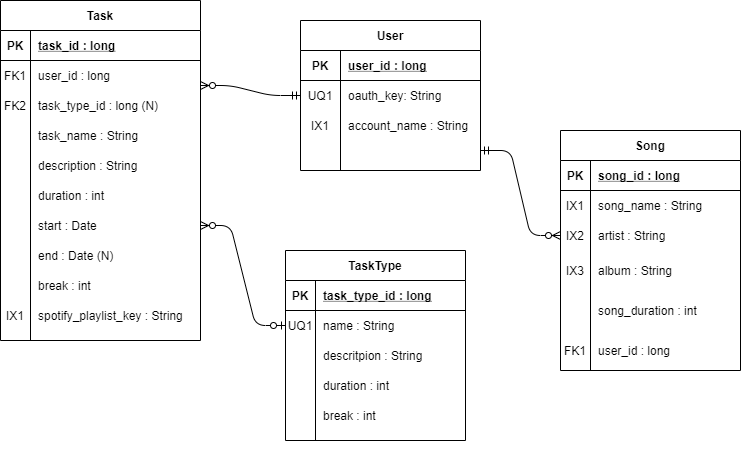
Before: docs/images/bard-erd.png, a diagram exported from draw.io (JonahRodriguez281/bard). Source tidied: cells renumbered, new cells last; positions are measured from the earlier drawing's top-left corner, leaving out a move shared by most shapes.
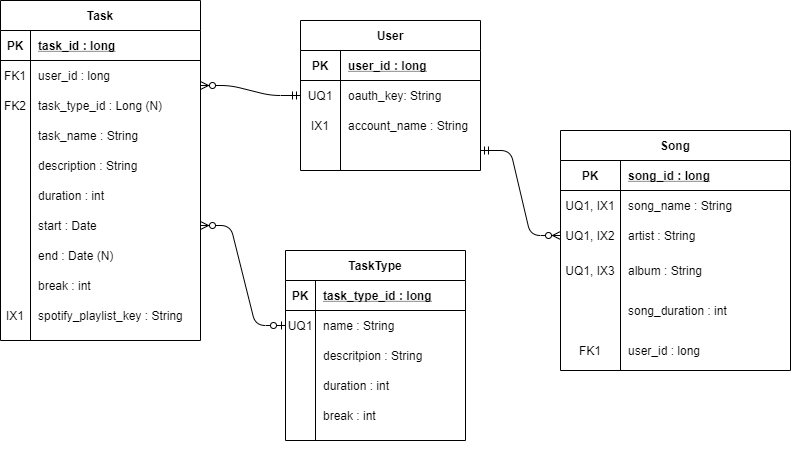
The same diagram one commit later.

Commit message:
Revised ERD and Wireframe models.

The edit, as a diff of the source:
```diff
@@ -38,7 +38,7 @@
     <mxCell id="13" value="FK2" style="shape=partialRectangle;fillColor=none;top=0;left=0;bottom=0;right=0;overflow=hidden;" parent="12" vertex="1">
       <mxGeometry width="30" height="30" as="geometry" />
     </mxCell>
-    <mxCell id="14" value="task_type_id : long (N)" style="shape=partialRectangle;fillColor=none;top=0;left=0;bottom=0;right=0;align=left;spacingLeft=6;overflow=hidden;" parent="12" vertex="1">
+    <mxCell id="14" value="task_type_id : Long (N)" style="shape=partialRectangle;fillColor=none;top=0;left=0;bottom=0;right=0;align=left;spacingLeft=6;overflow=hidden;" parent="12" vertex="1">
       <mxGeometry x="30" width="170" height="30" as="geometry" />
     </mxCell>
     <mxCell id="15" style="shape=partialRectangle;fillColor=none;top=0;left=0;bottom=0;right=0;" parent="5" vertex="1">
@@ -105,61 +105,61 @@
       <mxGeometry x="30" width="170" height="30" as="geometry" />
     </mxCell>
     <mxCell id="36" value="Song" style="shape=table;startSize=30;rowLines=0;fontStyle=1;align=center;" parent="1" vertex="1">
-      <mxGeometry x="560" y="130" width="180" height="240" as="geometry" />
+      <mxGeometry x="560" y="130" width="230" height="240" as="geometry" />
     </mxCell>
     <mxCell id="37" style="shape=partialRectangle;fillColor=none;top=0;left=0;bottom=1;right=0;" parent="36" vertex="1">
-      <mxGeometry y="30" width="180" height="30" as="geometry" />
+      <mxGeometry y="30" width="230" height="30" as="geometry" />
     </mxCell>
     <mxCell id="38" value="PK" style="shape=partialRectangle;fillColor=none;top=0;left=0;bottom=0;right=0;fontStyle=1;overflow=hidden;" parent="37" vertex="1">
-      <mxGeometry width="30" height="30" as="geometry" />
+      <mxGeometry width="60" height="30" as="geometry" />
     </mxCell>
     <mxCell id="39" value="song_id : long" style="shape=partialRectangle;fillColor=none;top=0;left=0;bottom=0;right=0;align=left;spacingLeft=6;fontStyle=5;overflow=hidden;" parent="37" vertex="1">
-      <mxGeometry x="30" width="150" height="30" as="geometry" />
+      <mxGeometry x="60" width="170" height="30" as="geometry" />
     </mxCell>
     <mxCell id="40" style="shape=partialRectangle;fillColor=none;top=0;left=0;bottom=0;right=0;" parent="36" vertex="1">
-      <mxGeometry y="60" width="180" height="30" as="geometry" />
+      <mxGeometry y="60" width="230" height="30" as="geometry" />
     </mxCell>
-    <mxCell id="41" value="IX1" style="shape=partialRectangle;fillColor=none;top=0;left=0;bottom=0;right=0;overflow=hidden;" parent="40" vertex="1">
-      <mxGeometry width="30" height="30" as="geometry" />
+    <mxCell id="41" value="UQ1, IX1" style="shape=partialRectangle;fillColor=none;top=0;left=0;bottom=0;right=0;overflow=hidden;" parent="40" vertex="1">
+      <mxGeometry width="60" height="30" as="geometry" />
     </mxCell>
     <mxCell id="42" value="song_name : String" style="shape=partialRectangle;fillColor=none;top=0;left=0;bottom=0;right=0;align=left;spacingLeft=6;overflow=hidden;" parent="40" vertex="1">
-      <mxGeometry x="30" width="150" height="30" as="geometry" />
+      <mxGeometry x="60" width="170" height="30" as="geometry" />
     </mxCell>
     <mxCell id="43" style="shape=partialRectangle;fillColor=none;top=0;left=0;bottom=0;right=0;points=[[0,0.5],[1,0.5]];portConstraint=eastwest;" parent="36" vertex="1">
-      <mxGeometry y="90" width="180" height="30" as="geometry" />
+      <mxGeometry y="90" width="230" height="30" as="geometry" />
     </mxCell>
-    <mxCell id="44" value="IX2" style="shape=partialRectangle;fillColor=none;top=0;left=0;bottom=0;right=0;overflow=hidden;" parent="43" vertex="1">
-      <mxGeometry width="30" height="30" as="geometry" />
+    <mxCell id="44" value="UQ1, IX2" style="shape=partialRectangle;fillColor=none;top=0;left=0;bottom=0;right=0;overflow=hidden;" parent="43" vertex="1">
+      <mxGeometry width="60" height="30" as="geometry" />
     </mxCell>
     <mxCell id="45" value="artist : String" style="shape=partialRectangle;fillColor=none;top=0;left=0;bottom=0;right=0;align=left;spacingLeft=6;overflow=hidden;" parent="43" vertex="1">
-      <mxGeometry x="30" width="150" height="30" as="geometry" />
+      <mxGeometry x="60" width="170" height="30" as="geometry" />
     </mxCell>
     <mxCell id="46" style="shape=partialRectangle;fillColor=none;top=0;left=0;bottom=0;right=0;" parent="36" vertex="1">
-      <mxGeometry y="120" width="180" height="40" as="geometry" />
+      <mxGeometry y="120" width="230" height="40" as="geometry" />
     </mxCell>
-    <mxCell id="47" value="IX3" style="shape=partialRectangle;fillColor=none;top=0;left=0;bottom=0;right=0;overflow=hidden;" parent="46" vertex="1">
-      <mxGeometry width="30" height="40" as="geometry" />
+    <mxCell id="47" value="UQ1, IX3" style="shape=partialRectangle;fillColor=none;top=0;left=0;bottom=0;right=0;overflow=hidden;" parent="46" vertex="1">
+      <mxGeometry width="60" height="40" as="geometry" />
     </mxCell>
     <mxCell id="48" value="album : String" style="shape=partialRectangle;fillColor=none;top=0;left=0;bottom=0;right=0;align=left;spacingLeft=6;overflow=hidden;" parent="46" vertex="1">
-      <mxGeometry x="30" width="150" height="40" as="geometry" />
+      <mxGeometry x="60" width="170" height="40" as="geometry" />
     </mxCell>
     <mxCell id="49" style="shape=partialRectangle;fillColor=none;top=0;left=0;bottom=0;right=0;" parent="36" vertex="1">
-      <mxGeometry y="160" width="180" height="40" as="geometry" />
+      <mxGeometry y="160" width="230" height="40" as="geometry" />
     </mxCell>
     <mxCell id="50" style="shape=partialRectangle;fillColor=none;top=0;left=0;bottom=0;right=0;overflow=hidden;" parent="49" vertex="1">
-      <mxGeometry width="30" height="40" as="geometry" />
+      <mxGeometry width="60" height="40" as="geometry" />
     </mxCell>
     <mxCell id="51" value="song_duration : int" style="shape=partialRectangle;fillColor=none;top=0;left=0;bottom=0;right=0;align=left;spacingLeft=6;overflow=hidden;" parent="49" vertex="1">
-      <mxGeometry x="30" width="150" height="40" as="geometry" />
+      <mxGeometry x="60" width="170" height="40" as="geometry" />
     </mxCell>
     <mxCell id="52" style="shape=partialRectangle;fillColor=none;top=0;left=0;bottom=0;right=0;" parent="36" vertex="1">
-      <mxGeometry y="200" width="180" height="40" as="geometry" />
+      <mxGeometry y="200" width="230" height="40" as="geometry" />
     </mxCell>
     <mxCell id="53" value="FK1" style="shape=partialRectangle;fillColor=none;top=0;left=0;bottom=0;right=0;overflow=hidden;" parent="52" vertex="1">
-      <mxGeometry width="30" height="40" as="geometry" />
+      <mxGeometry width="60" height="40" as="geometry" />
     </mxCell>
     <mxCell id="54" value="user_id : long" style="shape=partialRectangle;fillColor=none;top=0;left=0;bottom=0;right=0;align=left;spacingLeft=6;overflow=hidden;" parent="52" vertex="1">
-      <mxGeometry x="30" width="150" height="40" as="geometry" />
+      <mxGeometry x="60" width="170" height="40" as="geometry" />
     </mxCell>
     <mxCell id="55" value="User" style="shape=table;startSize=30;rowLines=0;fontStyle=1;align=center;" parent="1" vertex="1">
       <mxGeometry x="300" y="20" width="180" height="150" as="geometry" />
```
